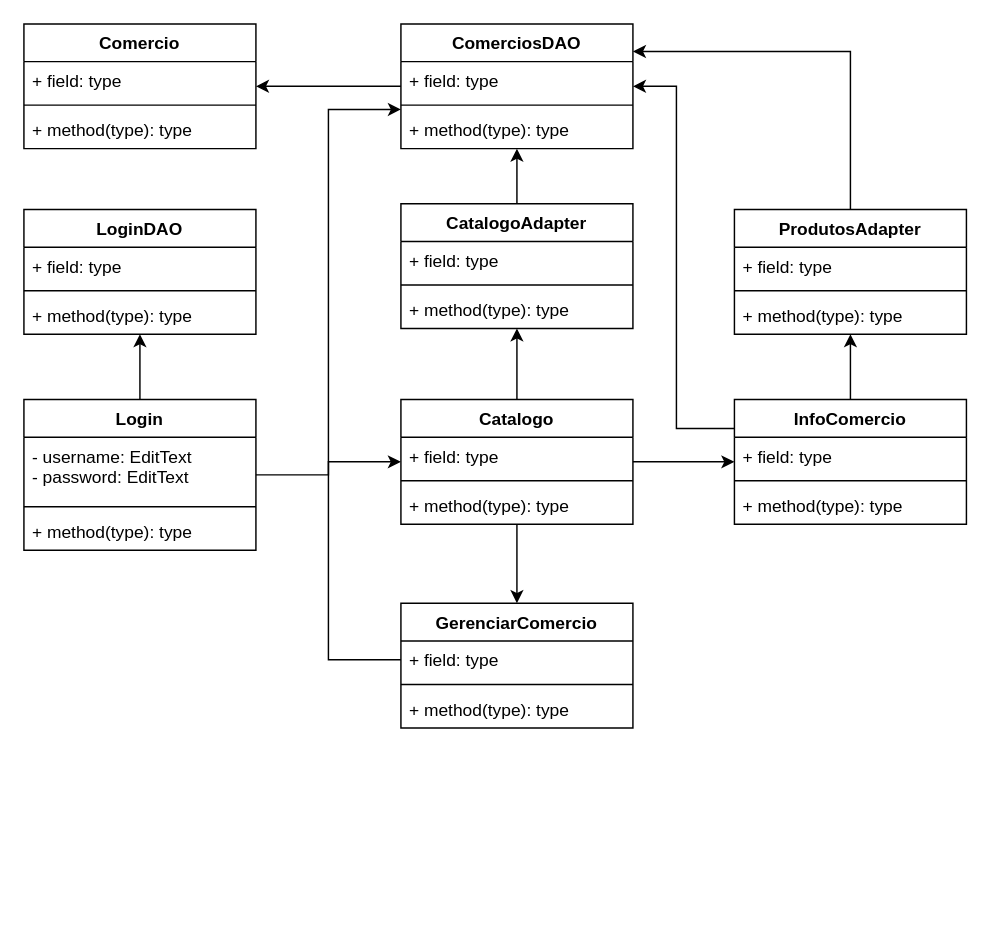
wxnn08/APP-PADM keeps this draw.io diagram as projPadm.drawio. Above is the earlier version. Source tidied: cells renumbered, new cells numbered last; positions are measured from the earlier drawing's top-left corner, leaving out a move shared by most shapes. Both pictures are drawn from the tidied source at 145%, with x=0, y=0 at pixel (23, 23).
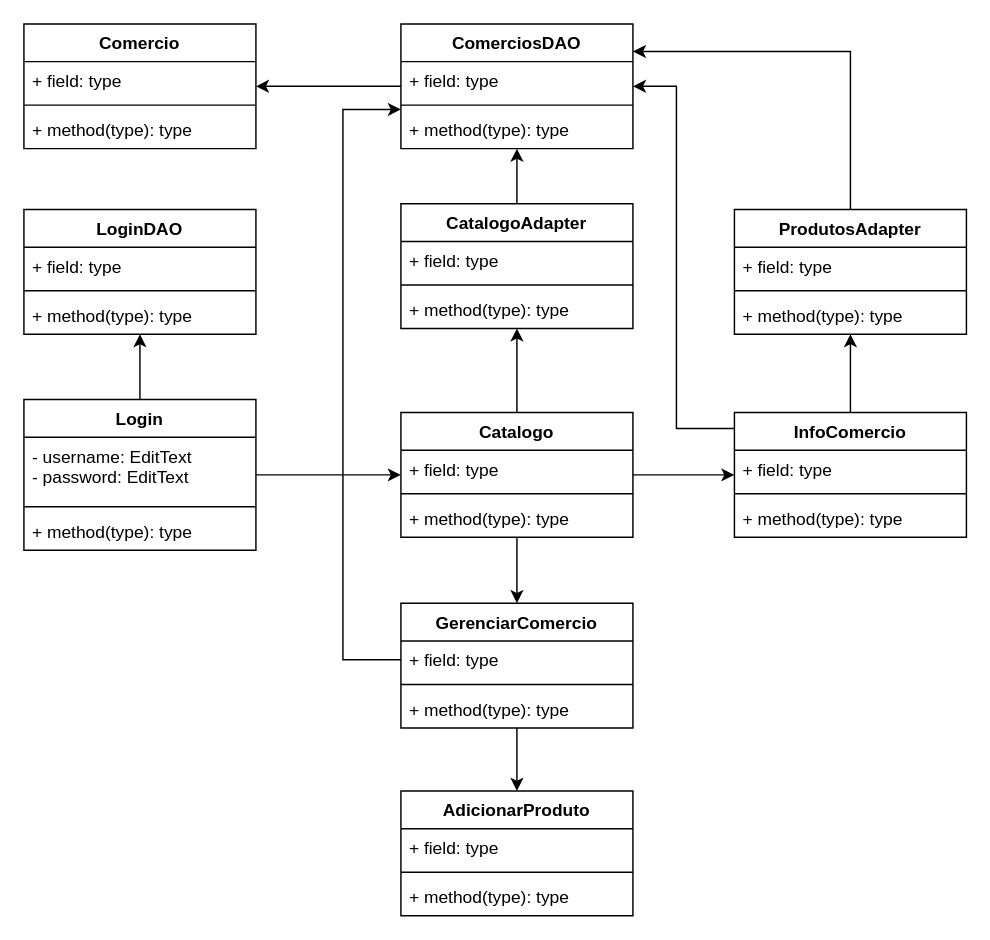
The same diagram, later.

The change refers to these unchanged cells:
```xml
<mxCell id="25" value="ComerciosDAO" style="swimlane;fontStyle=1;align=center;verticalAlign=top;horizontal=1;startSize=26;" parent="1" vertex="1">
  <mxGeometry x="260" width="160" height="86" as="geometry" />
</mxCell>
<mxCell id="33" value="GerenciarComercio" style="swimlane;fontStyle=1;align=center;verticalAlign=top;horizontal=1;startSize=26;" parent="1" vertex="1">
  <mxGeometry x="260" y="399.5" width="160" height="86" as="geometry" />
</mxCell>
<mxCell id="34" value="+ field: type" style="text;strokeColor=none;fillColor=none;align=left;verticalAlign=top;spacingLeft=4;spacingRight=4;overflow=hidden;points=[[0,0.5],[1,0.5]];portConstraint=eastwest;" parent="33" vertex="1">
  <mxGeometry y="26" width="160" height="26" as="geometry" />
</mxCell>
```

The edit, as a diff of the source:
```diff
@@
     <mxCell id="15" value="Catalogo" style="swimlane;fontStyle=1;align=center;verticalAlign=top;horizontal=1;startSize=26;" parent="1" vertex="1">
-      <mxGeometry x="260" y="259" width="160" height="86" as="geometry" />
+      <mxGeometry x="260" y="268" width="160" height="86" as="geometry" />
     </mxCell>
@@
+    <mxCell id="49" style="edgeStyle=orthogonalEdgeStyle;rounded=0;jettySize=auto;html=1;" parent="1" edge="1" source="33" target="50">
+      <mxGeometry relative="1" as="geometry" />
+    </mxCell>
@@
     <mxCell id="39" value="InfoComercio" style="swimlane;fontStyle=1;align=center;verticalAlign=top;horizontal=1;startSize=26;" parent="1" vertex="1">
-      <mxGeometry x="490" y="259" width="160" height="86" as="geometry" />
+      <mxGeometry x="490" y="268" width="160" height="86" as="geometry" />
     </mxCell>
@@
     <mxCell id="43" style="edgeStyle=orthogonalEdgeStyle;rounded=0;jettySize=auto;html=1;" parent="1" edge="1" source="34" target="25">
       <mxGeometry relative="1" as="geometry">
         <Array as="points">
-          <mxPoint x="210" y="439" />
-          <mxPoint x="210" y="59" />
+          <mxPoint x="220" y="439" />
+          <mxPoint x="220" y="59" />
         </Array>
       </mxGeometry>
     </mxCell>
@@
+    <mxCell id="50" value="AdicionarProduto" style="swimlane;fontStyle=1;align=center;verticalAlign=top;horizontal=1;startSize=26;" parent="1" vertex="1">
+      <mxGeometry x="260" y="529" width="160" height="86" as="geometry" />
+    </mxCell>
+    <mxCell id="51" value="+ field: type" style="text;strokeColor=none;fillColor=none;align=left;verticalAlign=top;spacingLeft=4;spacingRight=4;overflow=hidden;" parent="50" vertex="1">
+      <mxGeometry y="26" width="160" height="26" as="geometry" />
+    </mxCell>
+    <mxCell id="52" style="line;strokeWidth=1;fillColor=none;align=left;verticalAlign=middle;spacingTop=-1;spacingLeft=3;spacingRight=3;labelPosition=right;" parent="50" vertex="1">
+      <mxGeometry y="52" width="160" height="8" as="geometry" />
+    </mxCell>
+    <mxCell id="53" value="+ method(type): type" style="text;strokeColor=none;fillColor=none;align=left;verticalAlign=top;spacingLeft=4;spacingRight=4;overflow=hidden;" parent="50" vertex="1">
+      <mxGeometry y="60" width="160" height="26" as="geometry" />
+    </mxCell>
```
